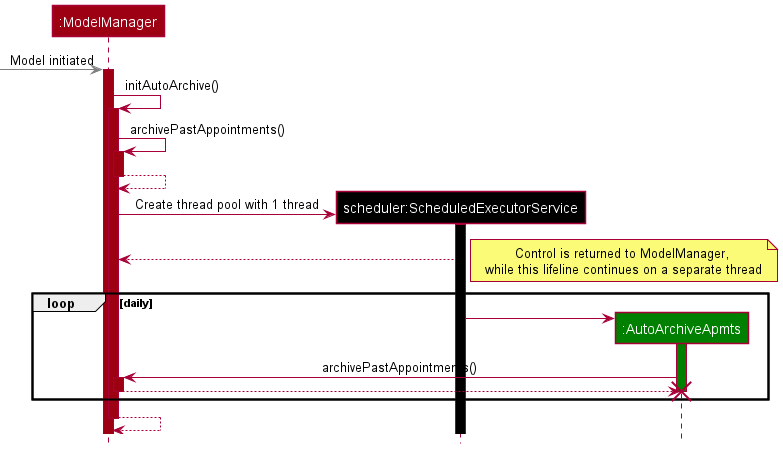
AY2122S1-CS2103-W14-1/tp keeps this PlantUML diagram as docs/diagrams/AutoArchiveSequenceDiagram.png. Above is the earlier version. Its diagram source:
```plantuml
@startuml
!include style.puml

Participant ":ModelManager" as modelmanager MODEL_COLOR
Participant "scheduler:ScheduledExecutorService" as scheduler USER_COLOR
Participant ":AutoArchiveApmts" as task #green

[-[#grey]> modelmanager: Model initiated
activate modelmanager MODEL_COLOR

modelmanager -> modelmanager : initAutoArchive()
activate modelmanager MODEL_COLOR

modelmanager -> modelmanager : archivePastAppointments()
activate modelmanager MODEL_COLOR

modelmanager --> modelmanager
deactivate modelmanager

create scheduler

modelmanager -> scheduler : Create thread pool with 1 thread
activate scheduler USER_COLOR

scheduler --> modelmanager
note right: Control is returned to ModelManager, \nwhile this lifeline continues on a separate thread

loop daily
create task
scheduler -> task
activate task #green

task -> modelmanager : archivePastAppointments()
activate modelmanager MODEL_COLOR

modelmanager --> task
deactivate modelmanager
deactivate task
destroy task

end



modelmanager --> modelmanager
deactivate modelmanager
@enduml
```
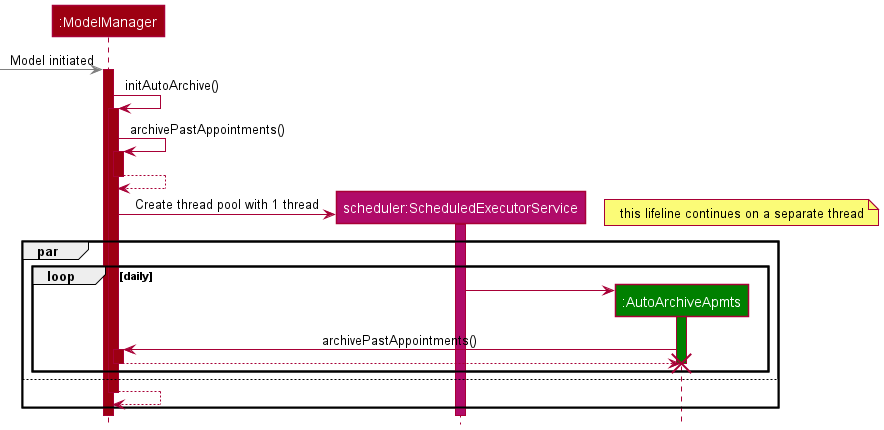
The same diagram one commit later.

Commit message:
Modify auto archive sequence diagram

The edit, as a diff of the source:
```diff
@@ -2,7 +2,7 @@
 !include style.puml
 
 Participant ":ModelManager" as modelmanager MODEL_COLOR
-Participant "scheduler:ScheduledExecutorService" as scheduler USER_COLOR
+Participant "scheduler:ScheduledExecutorService" as scheduler #b00b69
 Participant ":AutoArchiveApmts" as task #green
 
 [-[#grey]> modelmanager: Model initiated
@@ -19,29 +19,32 @@
 
 create scheduler
 
+
 modelmanager -> scheduler : Create thread pool with 1 thread
-activate scheduler USER_COLOR
+activate scheduler #b00b69
 
-scheduler --> modelmanager
-note right: Control is returned to ModelManager, \nwhile this lifeline continues on a separate thread
+note right: this lifeline continues on a separate thread
+par
+    loop daily
+    create task
+    scheduler -> task
+    activate task #green
 
-loop daily
-create task
-scheduler -> task
-activate task #green
+    task -> modelmanager : archivePastAppointments()
+    activate modelmanager MODEL_COLOR
 
-task -> modelmanager : archivePastAppointments()
-activate modelmanager MODEL_COLOR
-
-modelmanager --> task
-deactivate modelmanager
-deactivate task
-destroy task
-
-end
+    modelmanager --> task
 
 
+    deactivate modelmanager
 
-modelmanager --> modelmanager
-deactivate modelmanager
+    deactivate task
+    destroy task
+
+    end
+else
+
+    modelmanager --> modelmanager
+    deactivate modelmanager
+end
 @enduml
```
